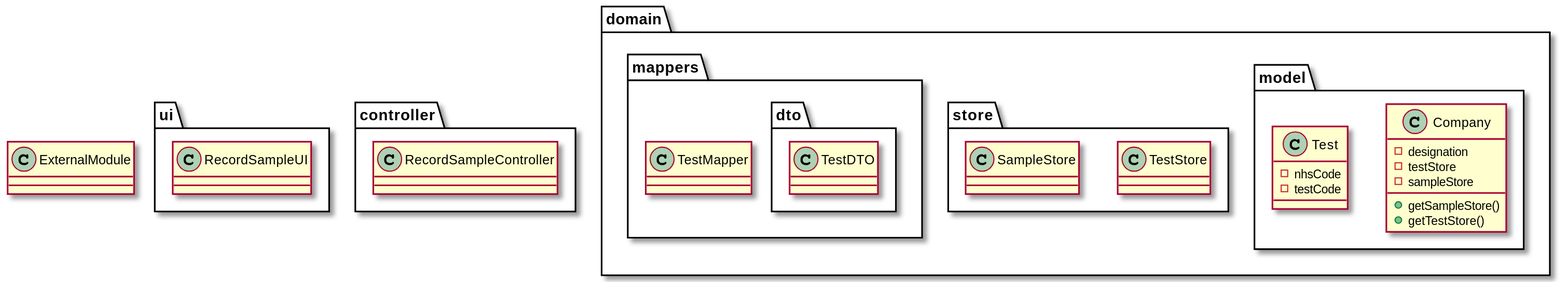
Earlier version of the PlantUML export docs/SprintC/US05/US05_CD.svg (manu-07-ela/LAPR2_ISEP). The source it was exported from:
```plantuml
@startuml
class ExternalModule

package ui{
class RecordSampleUI
}
package controller{
class RecordSampleController
}
package domain{

package model{
class Company
class Test
}
package store{
class TestStore
class SampleStore
}
package mappers{

class TestMapper

package dto{
class TestDTO

}
}
}

class Test{
-nhsCode
-testCode


}

class Company{
-designation
-testStore
-sampleStore
+getSampleStore()
+getTestStore()
}



@enduml
```
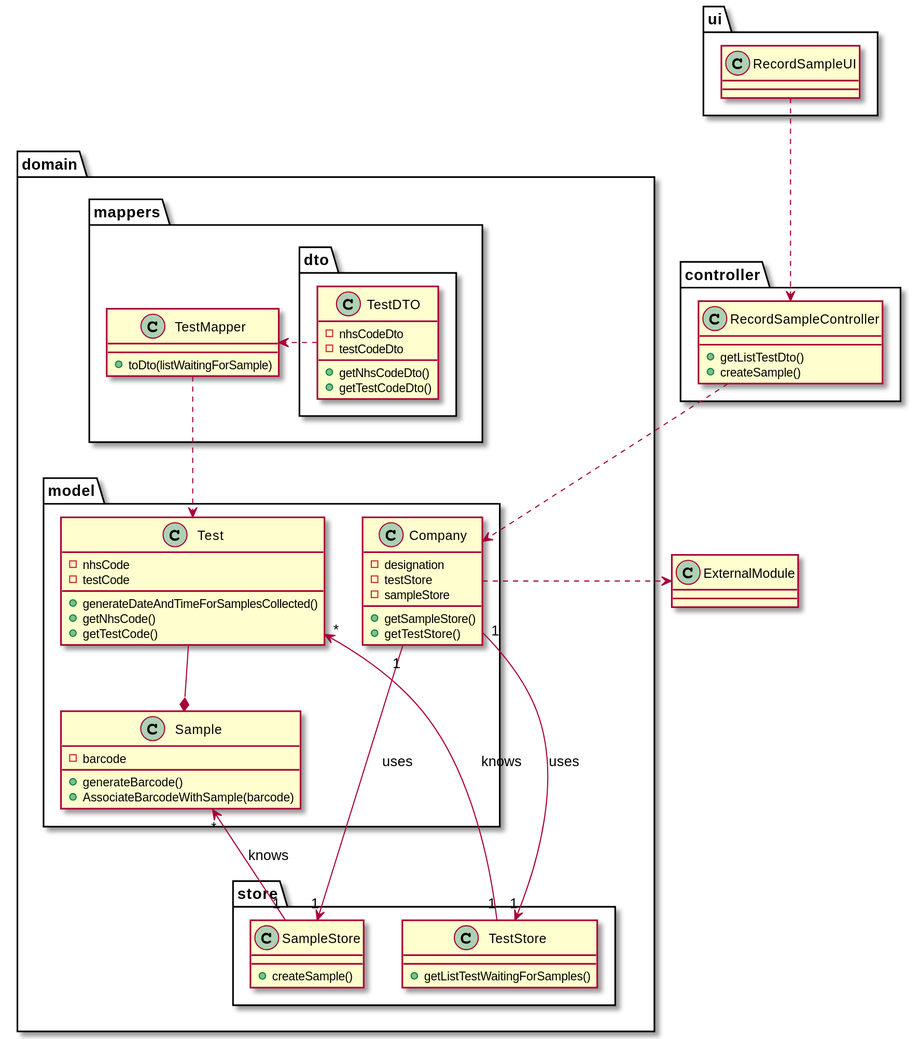
The same file after the commit.

Change to the diagram source:
```diff
@@ -1,4 +1,5 @@
 @startuml
+
 class ExternalModule
 
 package ui{
@@ -12,6 +13,7 @@
 package model{
 class Company
 class Test
+class Sample
 }
 package store{
 class TestStore
@@ -43,6 +45,54 @@
 +getTestStore()
 }
 
+class RecordSampleController{
++getListTestDto()
++createSample()
+}
+
+class TestStore{
++getListTestWaitingForSamples()
+}
+
+class SampleStore{
++createSample()
+}
+
+class Test{
++generateDateAndTimeForSamplesCollected()
++getNhsCode()
++getTestCode()
+}
+
+class TestMapper {
++toDto(listWaitingForSample)
+}
+
+class TestDTO {
+-nhsCodeDto
+-testCodeDto
++getNhsCodeDto()
++getTestCodeDto()
+}
+
+class Sample {
+-barcode
++generateBarcode()
++AssociateBarcodeWithSample(barcode)
+
+}
+
+RecordSampleUI..>RecordSampleController
+RecordSampleController..>Company
+Company"1"---->"1"SampleStore : uses
+Company"1"--->"1"TestStore : uses
+SampleStore "1" --> "*"Sample : knows
+TestStore "1"---->"*"Test : knows
+Test --* Sample
+Company .>ExternalModule
+TestDTO.>TestMapper
+TestMapper..>Test
+
 
 
 @enduml
```
